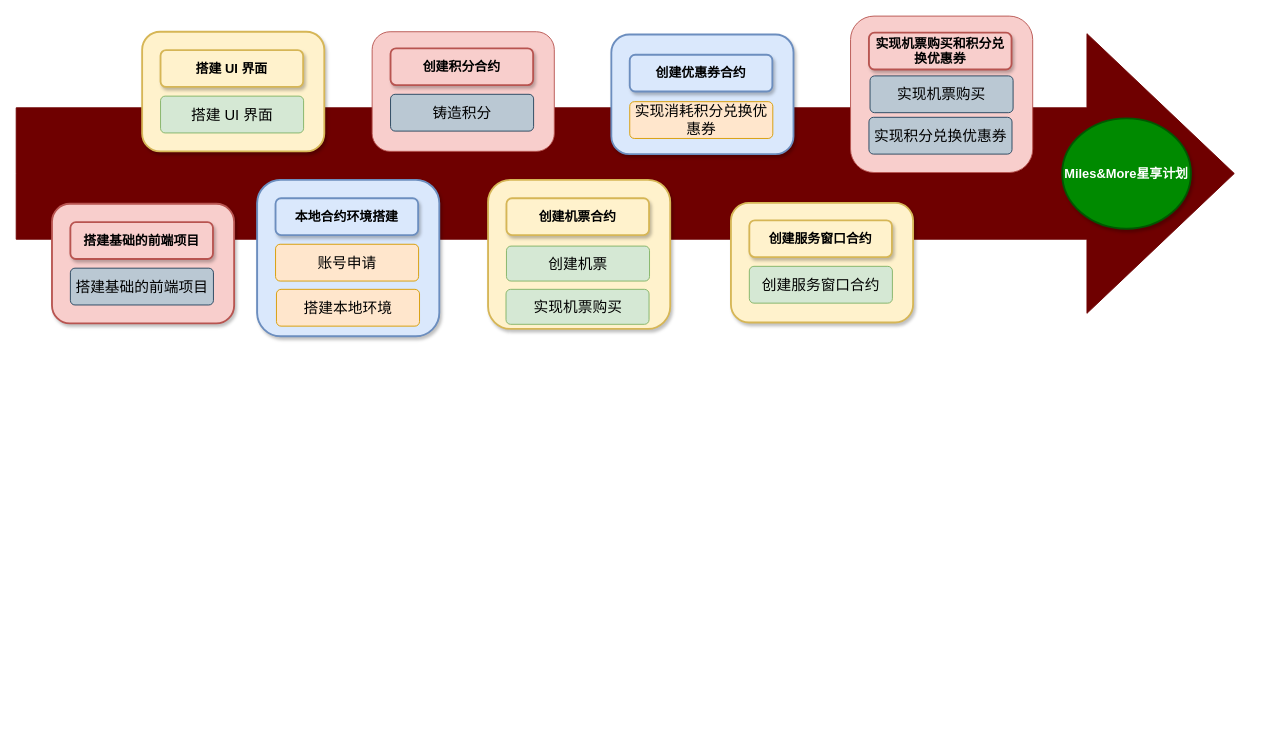
Before: page "Page-1" (1 of 2) of lecture_flow.drawio in luuuuo/luuuuo_content, a draw.io diagram. Source tidied: cells renumbered, new cells numbered last; positions are measured from the earlier drawing's top-left corner, leaving out a move shared by most shapes. Both pictures are drawn from the tidied source at 92%, with x=0, y=0 at pixel (52, -436).
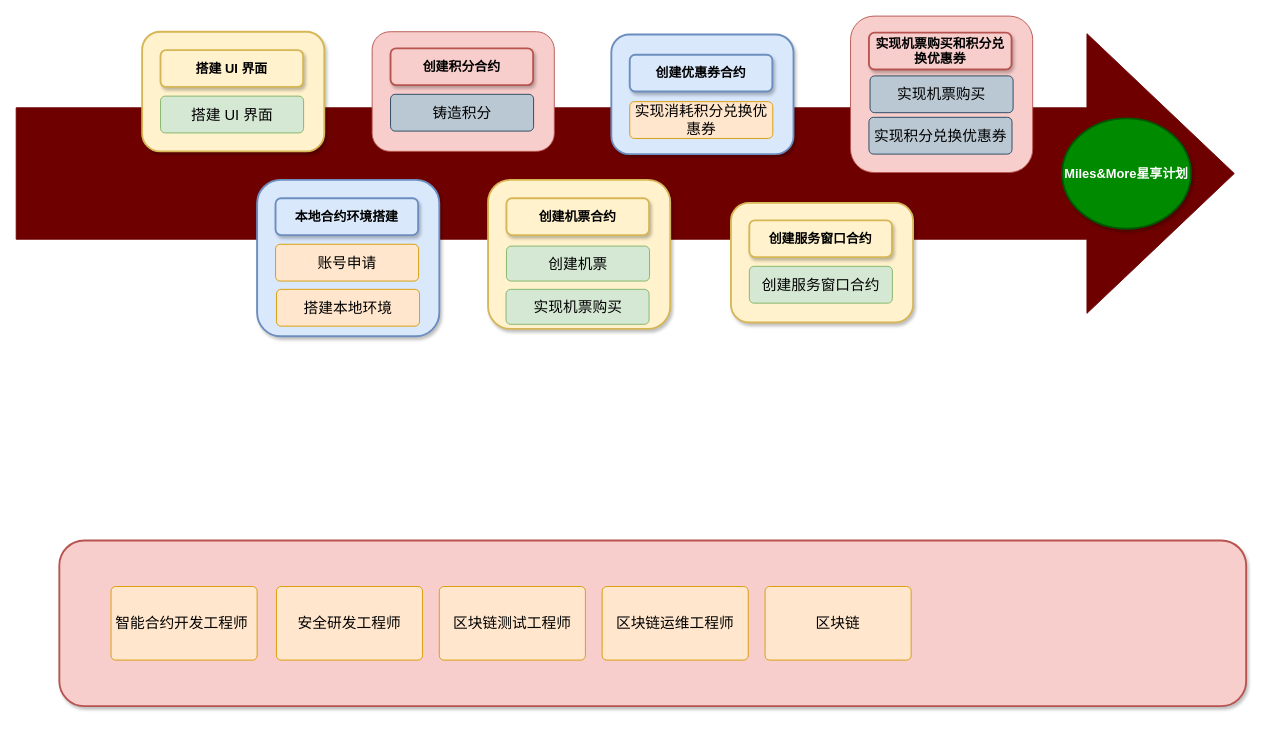
After the change.

Diff of the diagram source:
```diff
@@
-    <mxCell id="8" style="group;" parent="1" vertex="1">
-      <mxGeometry y="676" width="198" height="130" as="geometry" />
-    </mxCell>
-    <mxCell id="9" style="rounded=1;whiteSpace=wrap;html=1;shadow=1;strokeWidth=2;fontSize=14;fillColor=#f8cecc;strokeColor=#b85450;align=center;fontStyle=1;" parent="8" vertex="1">
-      <mxGeometry y="19" width="198" height="130" as="geometry" />
-    </mxCell>
-    <mxCell id="10" value="搭建基础的前端项目" style="rounded=1;whiteSpace=wrap;html=1;shadow=1;strokeWidth=2;fontSize=14;fillColor=#f8cecc;strokeColor=#b85450;align=center;fontStyle=1;" parent="8" vertex="1">
-      <mxGeometry x="20" y="39" width="155" height="40" as="geometry" />
-    </mxCell>
-    <mxCell id="11" value="搭建基础的前端项目" style="html=1;shadow=0;dashed=0;shape=mxgraph.bootstrap.rrect;rSize=5;strokeColor=#23445d;strokeWidth=1;fillColor=#bac8d3;whiteSpace=wrap;align=center;verticalAlign=middle;spacingLeft=0;fontStyle=0;fontSize=16;spacing=5;" parent="8" vertex="1">
-      <mxGeometry x="20" y="89" width="155.5" height="40" as="geometry" />
-    </mxCell>
@@
+    <mxCell id="9" style="rounded=1;whiteSpace=wrap;html=1;shadow=1;strokeWidth=2;fontSize=14;fillColor=#f8cecc;strokeColor=#b85450;align=center;fontStyle=1;" parent="1" vertex="1">
+      <mxGeometry x="8" y="1061" width="1290" height="180" as="geometry" />
+    </mxCell>
+    <mxCell id="35" value="&lt;div&gt;智能合约开发工程师&amp;nbsp;&lt;/div&gt;" style="html=1;shadow=0;dashed=0;shape=mxgraph.bootstrap.rrect;rSize=5;strokeColor=#d79b00;strokeWidth=1;fillColor=#ffe6cc;whiteSpace=wrap;align=center;verticalAlign=middle;spacingLeft=0;fontStyle=0;fontSize=16;spacing=5;" parent="1" vertex="1">
+      <mxGeometry x="64.2" y="1111" width="158.8" height="80" as="geometry" />
+    </mxCell>
+    <mxCell id="36" value="&lt;div&gt;安全研发工程师&lt;/div&gt;" style="html=1;shadow=0;dashed=0;shape=mxgraph.bootstrap.rrect;rSize=5;strokeColor=#d79b00;strokeWidth=1;fillColor=#ffe6cc;whiteSpace=wrap;align=center;verticalAlign=middle;spacingLeft=0;fontStyle=0;fontSize=16;spacing=5;" parent="1" vertex="1">
+      <mxGeometry x="244" y="1111" width="158.8" height="80" as="geometry" />
+    </mxCell>
+    <mxCell id="37" value="&lt;div&gt;区块链测试工程师&lt;/div&gt;" style="html=1;shadow=0;dashed=0;shape=mxgraph.bootstrap.rrect;rSize=5;strokeColor=#d79b00;strokeWidth=1;fillColor=#ffe6cc;whiteSpace=wrap;align=center;verticalAlign=middle;spacingLeft=0;fontStyle=0;fontSize=16;spacing=5;" parent="1" vertex="1">
+      <mxGeometry x="421" y="1111" width="158.8" height="80" as="geometry" />
+    </mxCell>
+    <mxCell id="38" value="&lt;div&gt;区块链运维工程师&lt;/div&gt;" style="html=1;shadow=0;dashed=0;shape=mxgraph.bootstrap.rrect;rSize=5;strokeColor=#d79b00;strokeWidth=1;fillColor=#ffe6cc;whiteSpace=wrap;align=center;verticalAlign=middle;spacingLeft=0;fontStyle=0;fontSize=16;spacing=5;" parent="1" vertex="1">
+      <mxGeometry x="598" y="1111" width="158.8" height="80" as="geometry" />
+    </mxCell>
+    <mxCell id="39" value="&lt;div&gt;区块链&lt;/div&gt;" style="html=1;shadow=0;dashed=0;shape=mxgraph.bootstrap.rrect;rSize=5;strokeColor=#d79b00;strokeWidth=1;fillColor=#ffe6cc;whiteSpace=wrap;align=center;verticalAlign=middle;spacingLeft=0;fontStyle=0;fontSize=16;spacing=5;" parent="1" vertex="1">
+      <mxGeometry x="775.1" y="1111" width="158.8" height="80" as="geometry" />
+    </mxCell>
```
